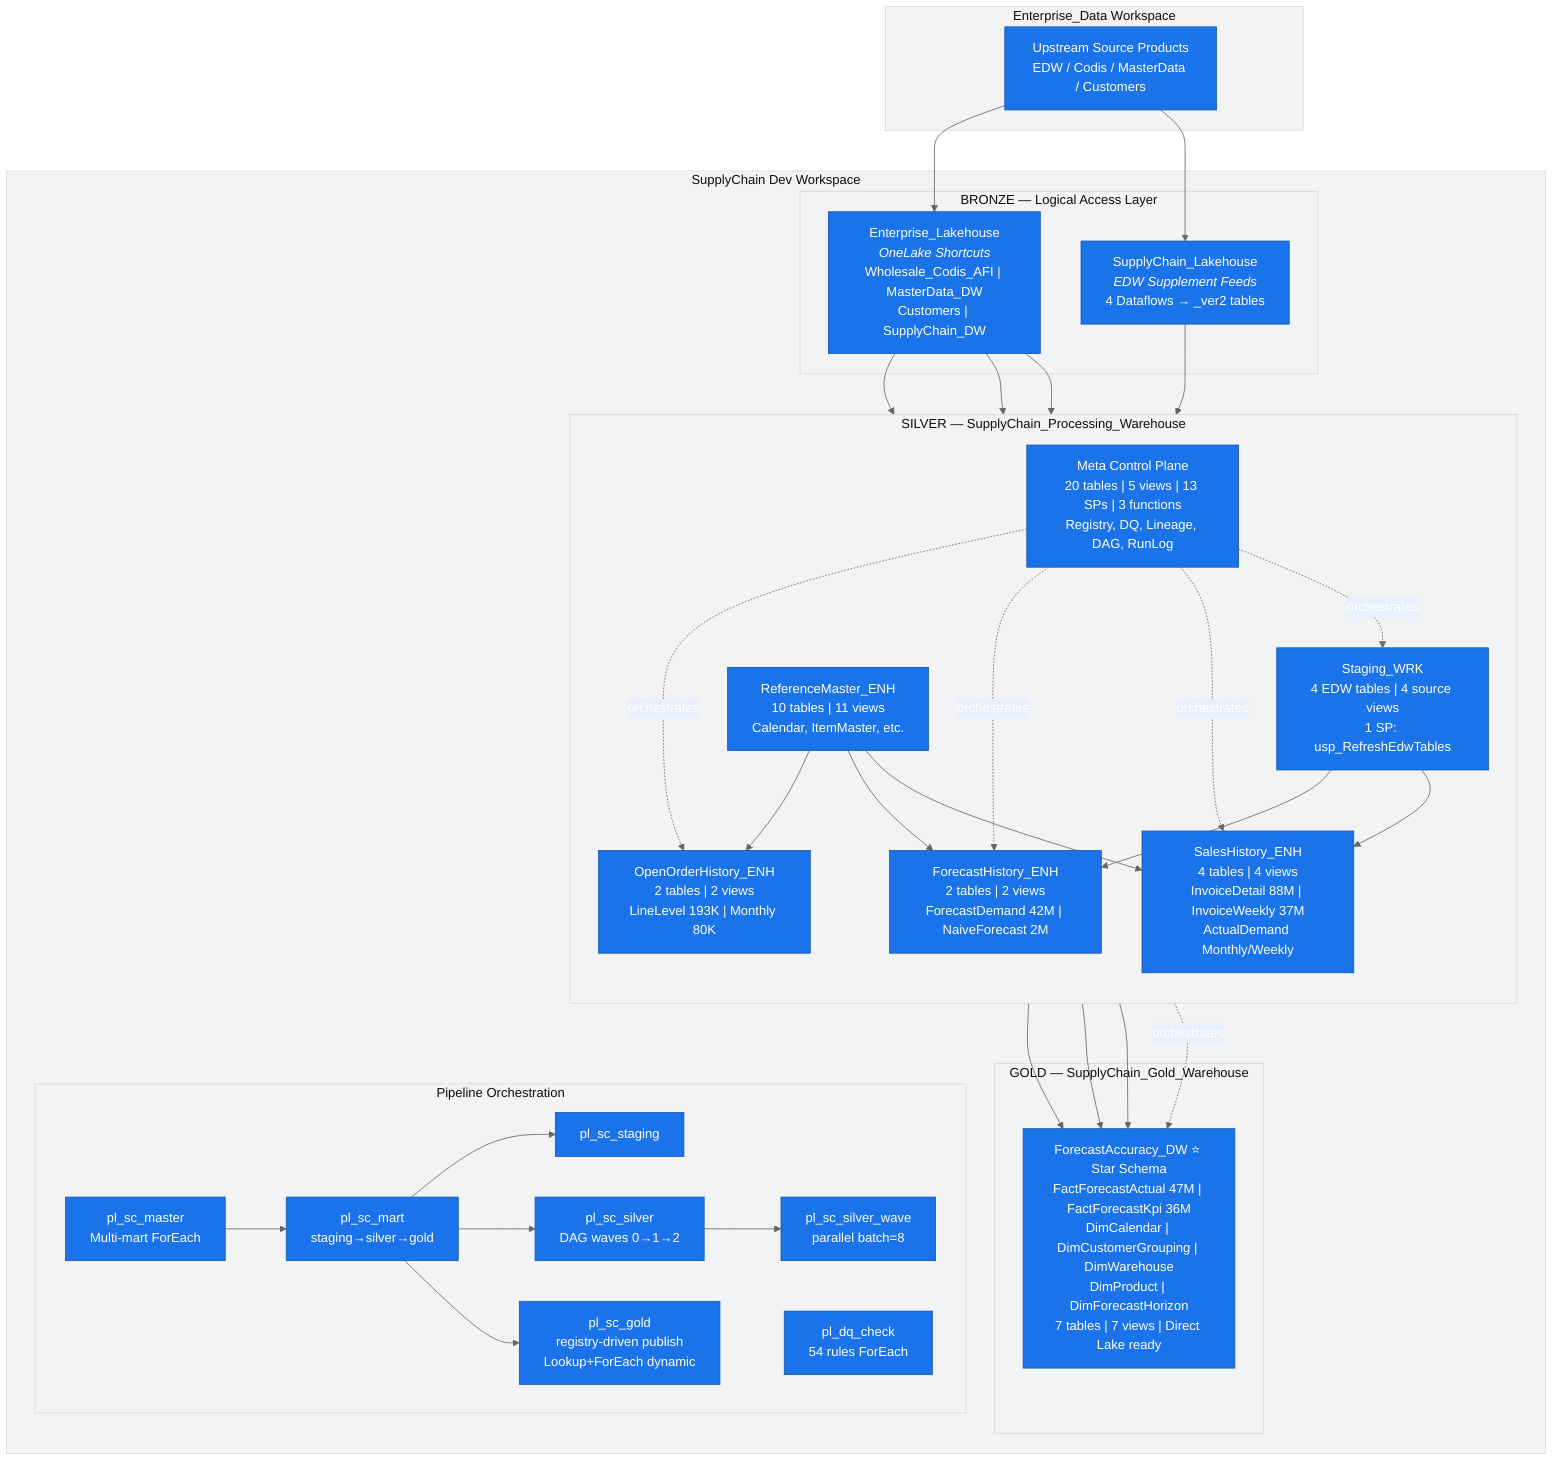
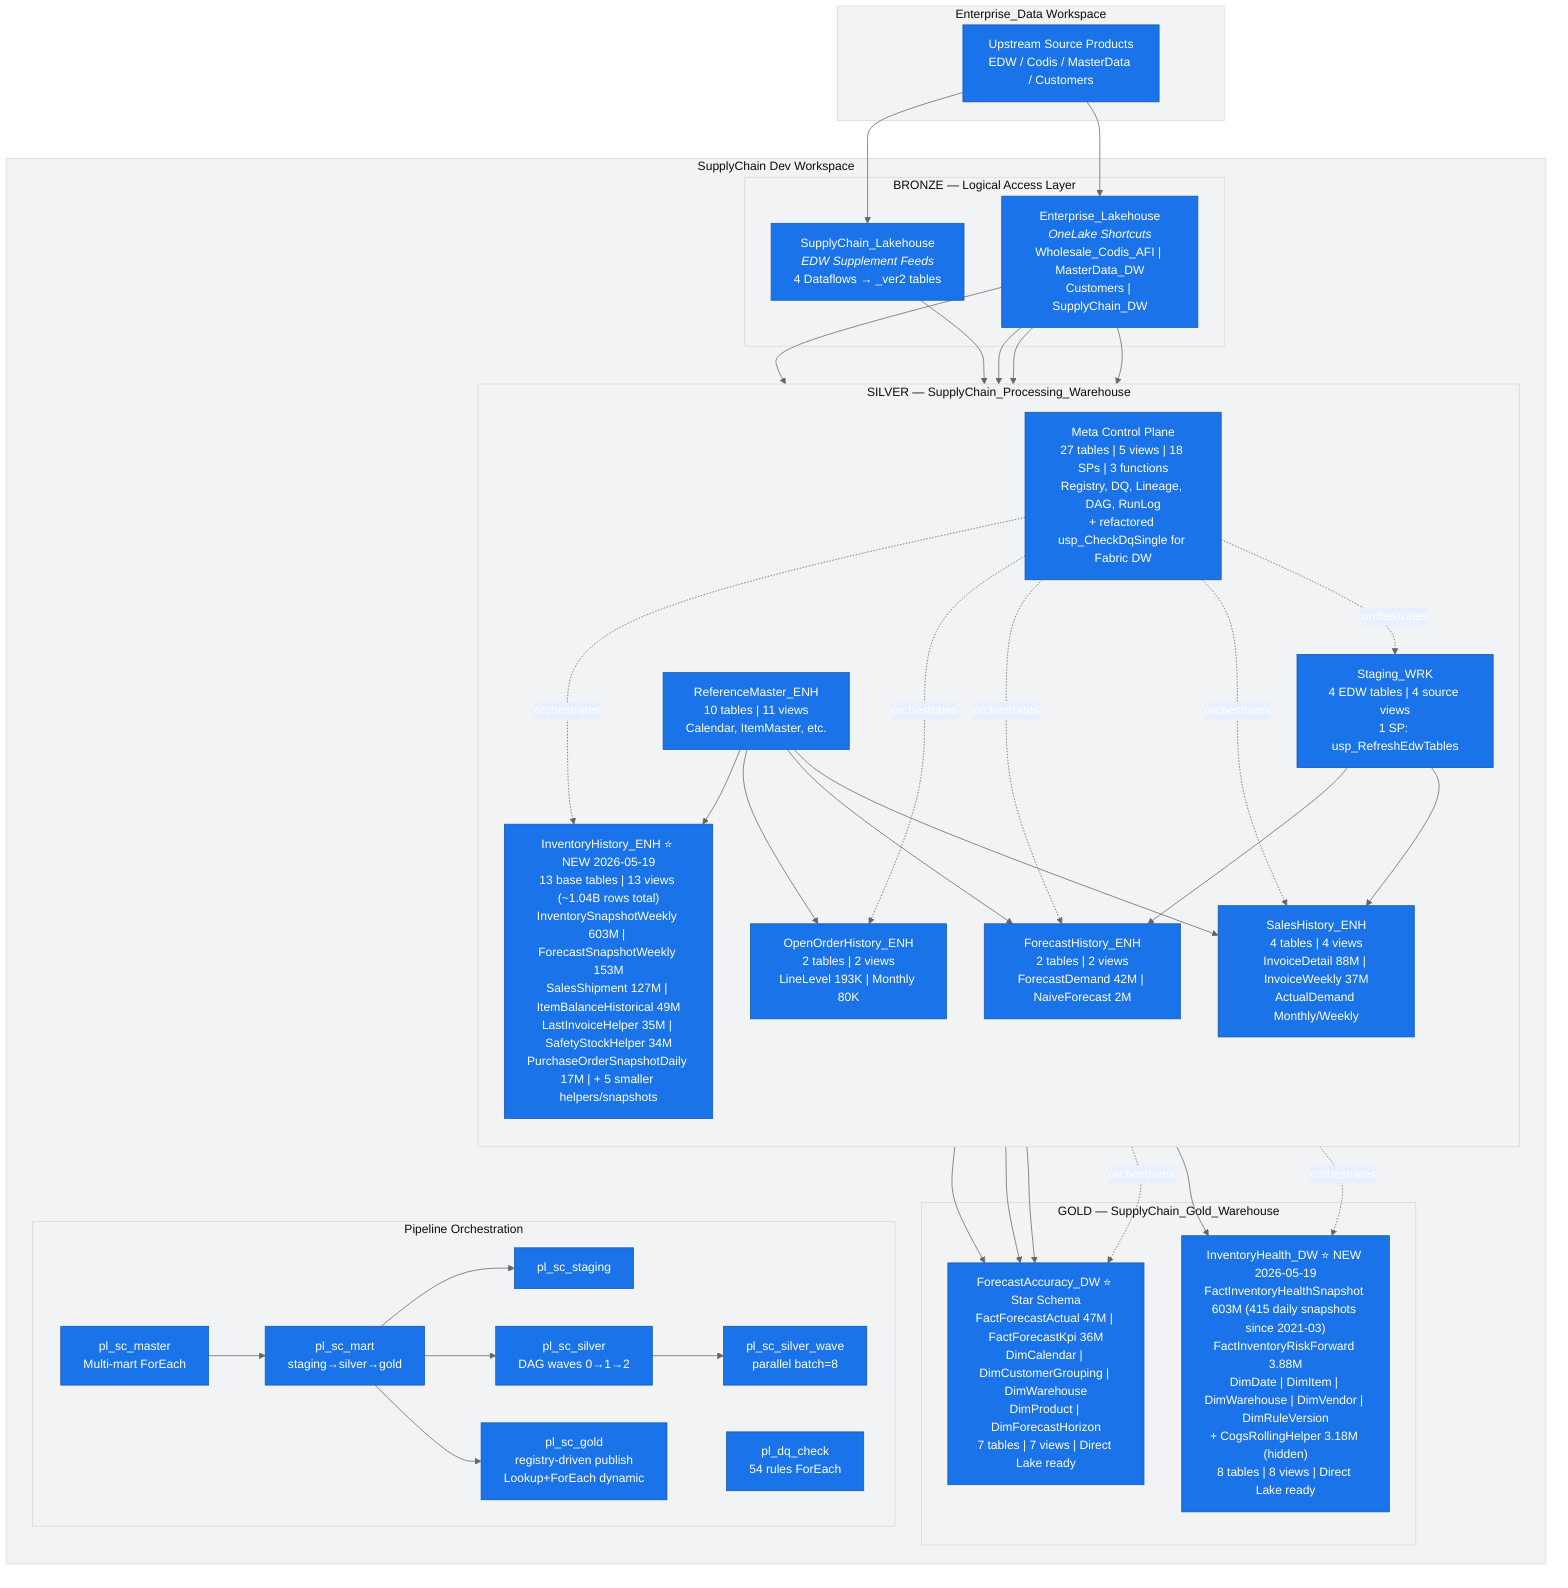
%%{init: {'theme': 'base', 'themeVariables': {'primaryColor': '#1a73e8', 'primaryTextColor': '#fff', 'primaryBorderColor': '#1557b0', 'lineColor': '#666', 'secondaryColor': '#e8f0fe', 'tertiaryColor': '#f1f3f4'}}}%%
flowchart TB
    subgraph EXT["Enterprise_Data Workspace"]
        SRC["Upstream Source Products<br/>EDW / Codis / MasterData / Customers"]
    end

    subgraph SC["SupplyChain Dev Workspace"]
        subgraph BRONZE["BRONZE — Logical Access Layer"]
            EL["Enterprise_Lakehouse<br/><i>OneLake Shortcuts</i><br/>Wholesale_Codis_AFI | MasterData_DW<br/>Customers | SupplyChain_DW"]
            SL["SupplyChain_Lakehouse<br/><i>EDW Supplement Feeds</i><br/>4 Dataflows → _ver2 tables"]
        end

        subgraph SILVER["SILVER — SupplyChain_Processing_Warehouse"]
            direction TB
            STG["Staging_WRK<br/>4 EDW tables | 4 source views<br/>1 SP: usp_RefreshEdwTables"]
            REF["ReferenceMaster_ENH<br/>10 tables | 11 views<br/>Calendar, ItemMaster, etc."]
            SH["SalesHistory_ENH<br/>4 tables | 4 views<br/>InvoiceDetail 88M | InvoiceWeekly 37M<br/>ActualDemand Monthly/Weekly"]
            FH["ForecastHistory_ENH<br/>2 tables | 2 views<br/>ForecastDemand 42M | NaiveForecast 2M"]
            OH["OpenOrderHistory_ENH<br/>2 tables | 2 views<br/>LineLevel 193K | Monthly 80K"]
-             META["Meta Control Plane<br/>20 tables | 5 views | 13 SPs | 3 functions<br/>Registry, DQ, Lineage, DAG, RunLog"]
+             IH["InventoryHistory_ENH ⭐ NEW 2026-05-19<br/>13 base tables | 13 views (~1.04B rows total)<br/>InventorySnapshotWeekly 603M | ForecastSnapshotWeekly 153M<br/>SalesShipment 127M | ItemBalanceHistorical 49M<br/>LastInvoiceHelper 35M | SafetyStockHelper 34M<br/>PurchaseOrderSnapshotDaily 17M | + 5 smaller helpers/snapshots"]
+             META["Meta Control Plane<br/>27 tables | 5 views | 18 SPs | 3 functions<br/>Registry, DQ, Lineage, DAG, RunLog<br/>+ refactored usp_CheckDqSingle for Fabric DW"]
        end

        subgraph GOLD["GOLD — SupplyChain_Gold_Warehouse"]
            FA["ForecastAccuracy_DW ⭐ Star Schema<br/>FactForecastActual 47M | FactForecastKpi 36M<br/>DimCalendar | DimCustomerGrouping | DimWarehouse<br/>DimProduct | DimForecastHorizon<br/>7 tables | 7 views | Direct Lake ready"]
+             IHG["InventoryHealth_DW ⭐ NEW 2026-05-19<br/>FactInventoryHealthSnapshot 603M (415 daily snapshots since 2021-03)<br/>FactInventoryRiskForward 3.88M<br/>DimDate | DimItem | DimWarehouse | DimVendor | DimRuleVersion<br/>+ CogsRollingHelper 3.18M (hidden)<br/>8 tables | 8 views | Direct Lake ready"]
        end

        subgraph PIPE["Pipeline Orchestration"]
            PM["pl_sc_master<br/>Multi-mart ForEach"]
            PMT["pl_sc_mart<br/>staging→silver→gold"]
            PS["pl_sc_staging"]
            PSV["pl_sc_silver<br/>DAG waves 0→1→2"]
            PSW["pl_sc_silver_wave<br/>parallel batch=8"]
            PG["pl_sc_gold<br/>registry-driven publish<br/>Lookup+ForEach dynamic"]
            PDQ["pl_dq_check<br/>54 rules ForEach"]
        end
    end

    SRC --> EL
    SRC --> SL
    EL --> STG
    SL --> STG
    EL --> REF
    STG --> SH
    STG --> FH
    REF --> SH
    REF --> FH
    REF --> OH
    EL --> OH
    SH --> FA
    FH --> FA
    OH --> FA
+     EL --> IH
+     REF --> IH
+     IH --> IHG
    META -.->|orchestrates| STG
    META -.->|orchestrates| SH
    META -.->|orchestrates| FH
    META -.->|orchestrates| OH
+     META -.->|orchestrates| IH
    META -.->|orchestrates| FA
+     META -.->|orchestrates| IHG
    PM --> PMT
    PMT --> PS
    PMT --> PSV
    PMT --> PG
    PSV --> PSW
